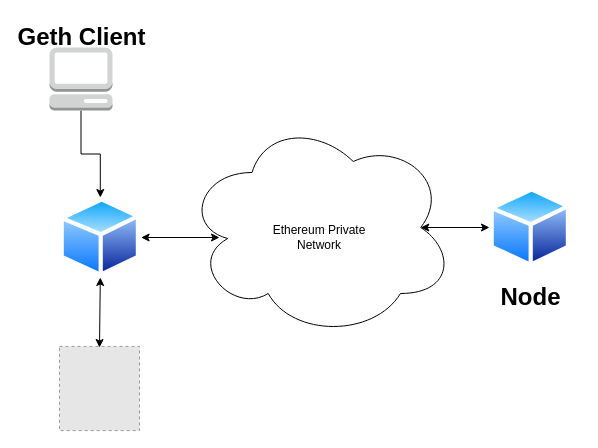
This is Untitled Diagram.drawio from RS428848/SmartCyberInsurance, a draw.io file, before an edit. Source tidied: cells renumbered, new cells numbered last; positions are measured from the earlier drawing's top-left corner, leaving out a move shared by most shapes. Both pictures are drawn from the tidied source at 100%, with x=0, y=0 at pixel (31, 17). Pictures stored in the file or linked from it are replaced by grey dashed boxes.
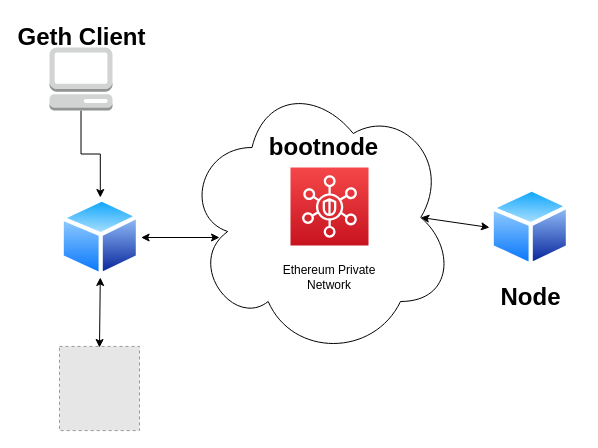
Above is the later version.

The edit, as a diff of the source:
```diff
@@
 <mxGraphModel>
   <root>
     <mxCell id="0" />
     <mxCell id="1" parent="0" />
     <mxCell id="2" style="shape=cloud;whiteSpace=wrap;html=1;" parent="1" vertex="1">
-      <mxGeometry x="153" y="100" width="270" height="220" as="geometry" />
+      <mxGeometry x="153" y="60" width="270" height="280" as="geometry" />
     </mxCell>
     <mxCell id="3" value="Ethereum Private Network" style="text;html=1;strokeColor=none;fillColor=none;align=center;verticalAlign=middle;whiteSpace=wrap;rounded=0;" parent="1" vertex="1">
-      <mxGeometry x="228" y="200" width="120" height="40" as="geometry" />
+      <mxGeometry x="238" y="240" width="120" height="40" as="geometry" />
     </mxCell>
     <mxCell id="4" style="perimeter=ellipsePerimeter;html=1;align=center;shadow=0;dashed=0;spacingTop=3;image;image=img/lib/active_directory/generic_node.svg;" parent="1" vertex="1">
       <mxGeometry x="458" y="170" width="81.6" height="80" as="geometry" />
     </mxCell>
     <mxCell id="5" style="perimeter=ellipsePerimeter;html=1;align=center;shadow=0;dashed=0;spacingTop=3;image;image=img/lib/active_directory/generic_node.svg;" parent="1" vertex="1">
       <mxGeometry x="28" y="180" width="81.6" height="80" as="geometry" />
     </mxCell>
     <mxCell id="6" style="endArrow=classic;startArrow=classic;html=1;entryX=0;entryY=0.5;entryDx=0;entryDy=0;exitX=0.875;exitY=0.5;exitDx=0;exitDy=0;exitPerimeter=0;" parent="1" edge="1" source="2" target="4">
       <mxGeometry relative="1" as="geometry" />
     </mxCell>
     <mxCell id="7" style="endArrow=classic;startArrow=classic;html=1;" parent="1" edge="1" source="5">
       <mxGeometry relative="1" as="geometry">
         <mxPoint x="188" y="220" as="targetPoint" />
       </mxGeometry>
     </mxCell>
     <mxCell id="8" style="edgeStyle=orthogonalEdgeStyle;rounded=0;jettySize=auto;html=1;" parent="1" edge="1" source="9" target="5">
       <mxGeometry relative="1" as="geometry" />
     </mxCell>
     <mxCell id="9" style="outlineConnect=0;dashed=0;verticalLabelPosition=bottom;verticalAlign=top;align=center;html=1;shape=mxgraph.aws3.management_console;fillColor=#D2D3D3;gradientColor=none;" parent="1" vertex="1">
       <mxGeometry x="18" y="30" width="63" height="63" as="geometry" />
     </mxCell>
     <mxCell id="10" value="Geth Client" style="text;strokeColor=none;fillColor=none;html=1;fontSize=24;fontStyle=1;verticalAlign=middle;align=center;" parent="1" vertex="1">
       <mxGeometry x="-0.5" width="100" height="40" as="geometry" />
     </mxCell>
     <mxCell id="11" style="fillColor=#E6E6E6;strokeColor=#999999;dashed=1;verticalLabelPosition=bottom;labelBackgroundColor=#ffffff;verticalAlign=top;" parent="1" vertex="1">
       <mxGeometry x="28" y="328.9" width="80" height="84.2" as="geometry" />
     </mxCell>
     <mxCell id="12" style="endArrow=classic;startArrow=classic;html=1;entryX=0.5;entryY=1;entryDx=0;entryDy=0;" parent="1" edge="1" target="5">
       <mxGeometry relative="1" as="geometry">
         <mxPoint x="68" y="330" as="sourcePoint" />
       </mxGeometry>
     </mxCell>
     <mxCell id="13" value="Node" style="text;strokeColor=none;fillColor=none;html=1;fontSize=24;fontStyle=1;verticalAlign=middle;align=center;" parent="1" vertex="1">
       <mxGeometry x="448.8" y="260" width="100" height="40" as="geometry" />
     </mxCell>
+    <mxCell id="14" style="fontColor=#232F3E;gradientColor=#F54749;gradientDirection=north;fillColor=#C7131F;strokeColor=#ffffff;dashed=0;verticalLabelPosition=bottom;verticalAlign=top;align=center;html=1;fontSize=12;fontStyle=0;shape=mxgraph.aws4.resourceIcon;resIcon=mxgraph.aws4.security_hub;" parent="1" vertex="1">
+      <mxGeometry x="259" y="150" width="78" height="78" as="geometry" />
+    </mxCell>
+    <mxCell id="15" value="bootnode" style="text;strokeColor=none;fillColor=none;html=1;fontSize=24;fontStyle=1;verticalAlign=middle;align=center;" parent="1" vertex="1">
+      <mxGeometry x="247" y="110" width="90" height="40" as="geometry" />
+    </mxCell>
   </root>
 </mxGraphModel>
```
